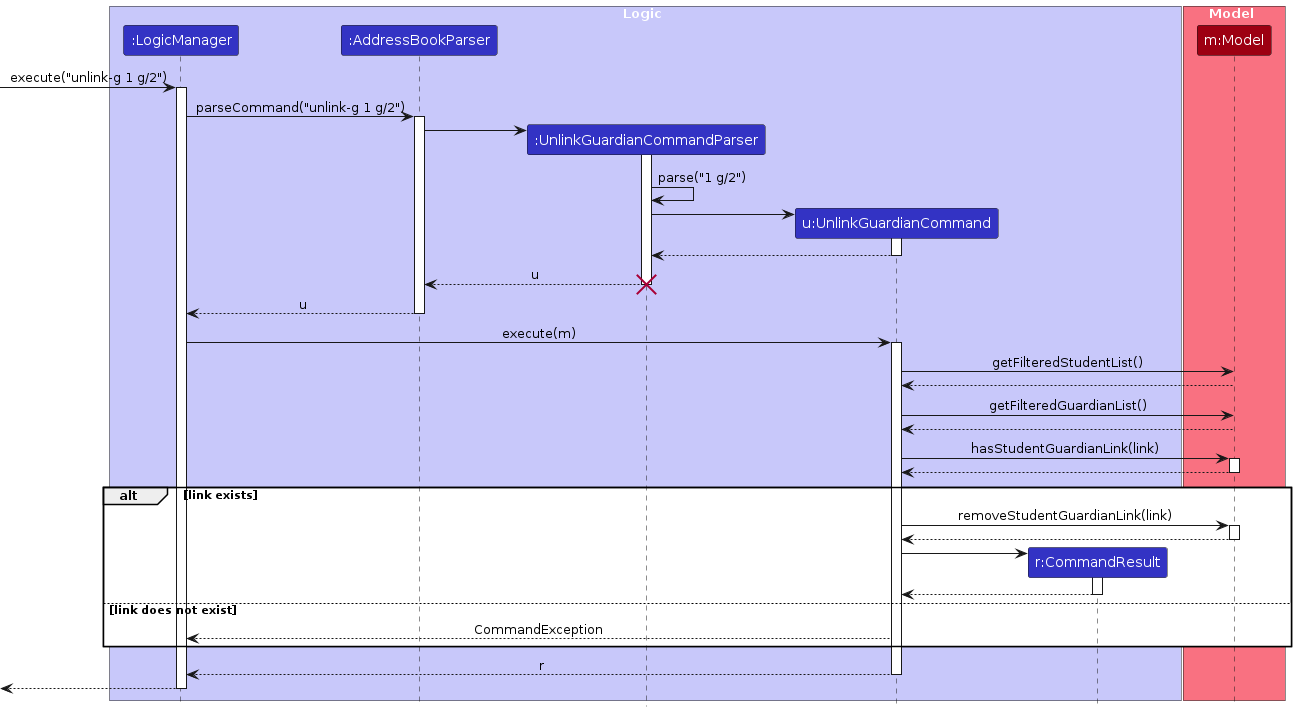
The PlantUML diagram diagrams/UnlinkGuardianSequenceDiagram.png in AY2627S1-CS2103T-T15-3/tp, before a commit. Its source is kept beside it as diagrams/UnlinkGuardianSequenceDiagram.puml.
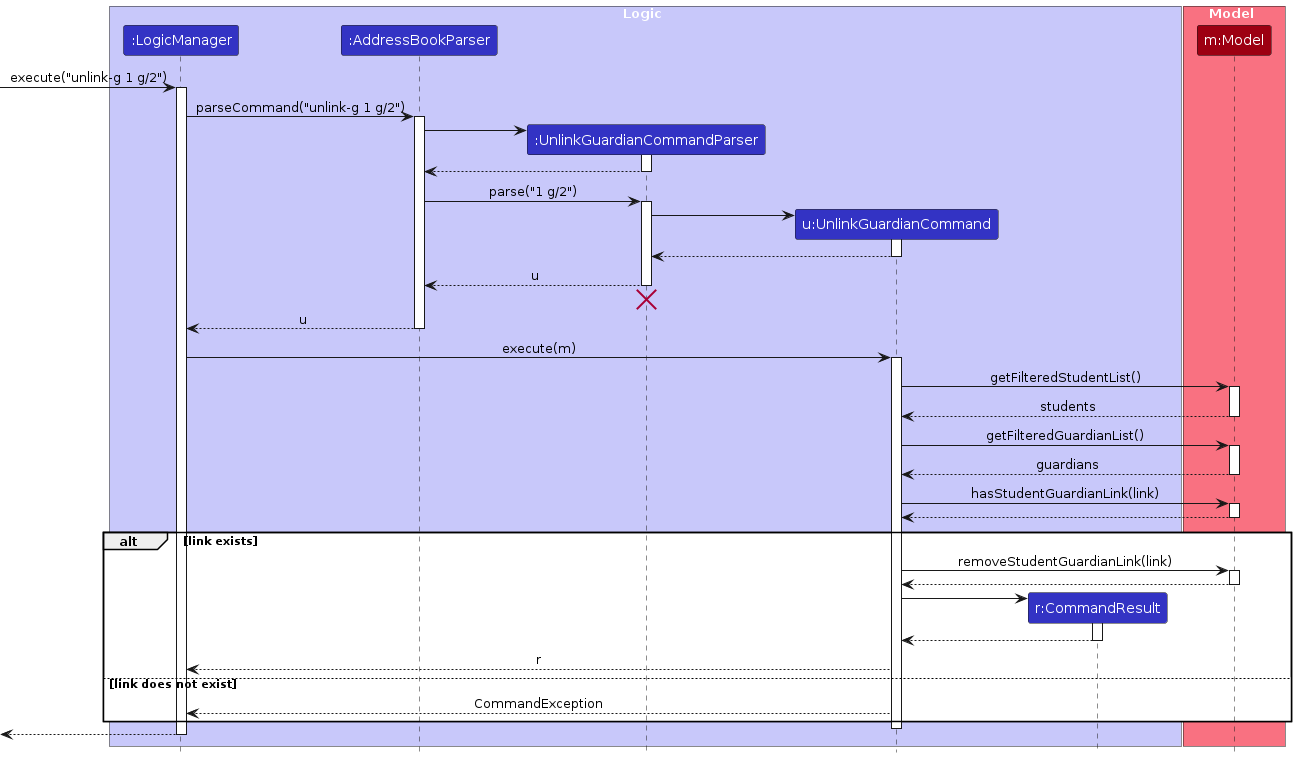
The same diagram one commit later.

What changed in the source:
```diff
@@ -24,7 +24,12 @@
 AddressBookParser -> UnlinkGuardianCommandParser
 activate UnlinkGuardianCommandParser
 
-UnlinkGuardianCommandParser -> UnlinkGuardianCommandParser : parse("1 g/2")
+UnlinkGuardianCommandParser --> AddressBookParser
+deactivate UnlinkGuardianCommandParser
+
+AddressBookParser -> UnlinkGuardianCommandParser : parse("1 g/2")
+activate UnlinkGuardianCommandParser
+
 create UnlinkGuardianCommand
 UnlinkGuardianCommandParser -> UnlinkGuardianCommand
 activate UnlinkGuardianCommand
@@ -33,6 +38,7 @@
 
 UnlinkGuardianCommandParser --> AddressBookParser : u
 deactivate UnlinkGuardianCommandParser
+UnlinkGuardianCommandParser -[hidden]-> AddressBookParser
 destroy UnlinkGuardianCommandParser
 
 AddressBookParser --> LogicManager : u
@@ -42,9 +48,13 @@
 activate UnlinkGuardianCommand
 
 UnlinkGuardianCommand -> Model : getFilteredStudentList()
-Model --> UnlinkGuardianCommand
+activate Model
+Model --> UnlinkGuardianCommand : students
+deactivate Model
 UnlinkGuardianCommand -> Model : getFilteredGuardianList()
-Model --> UnlinkGuardianCommand
+activate Model
+Model --> UnlinkGuardianCommand : guardians
+deactivate Model
 UnlinkGuardianCommand -> Model : hasStudentGuardianLink(link)
 activate Model
 Model --> UnlinkGuardianCommand
@@ -60,11 +70,10 @@
     activate CommandResult
     CommandResult --> UnlinkGuardianCommand
     deactivate CommandResult
+    UnlinkGuardianCommand --> LogicManager : r
 else link does not exist
     UnlinkGuardianCommand --> LogicManager : CommandException
 end
-
-UnlinkGuardianCommand --> LogicManager : r
 deactivate UnlinkGuardianCommand
 
 [<--LogicManager
```
